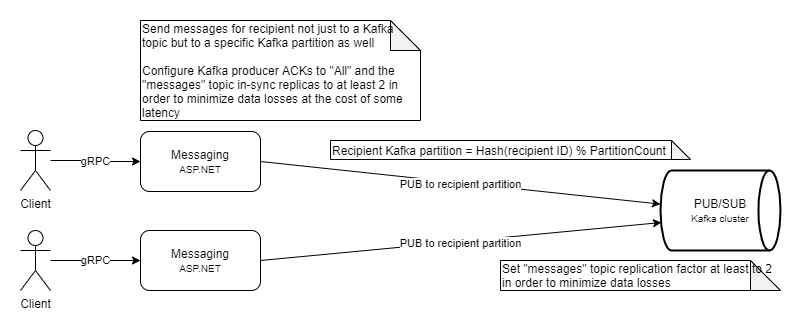
This is docs/images/cecochat-02-message-send.png from cvetomir-todorov/CecoChat, a draw.io export, as it was before one commit. Source tidied: cells renumbered, new cells last; positions are measured from the earlier drawing's top-left corner, leaving out a move shared by most shapes. Source of this version:
```xml
<mxGraphModel>
  <root>
    <mxCell id="0" />
    <mxCell id="1" parent="0" />
    <mxCell id="2" value="gRPC" style="edgeStyle=orthogonalEdgeStyle;rounded=0;jettySize=auto;html=1;entryX=0;entryY=0.5;entryDx=0;entryDy=0;startArrow=none;startFill=0;" parent="1" edge="1" source="3" target="7">
      <mxGeometry relative="1" as="geometry" />
    </mxCell>
    <mxCell id="3" value="Client" style="shape=umlActor;verticalLabelPosition=bottom;verticalAlign=top;html=1;outlineConnect=0;" parent="1" vertex="1">
      <mxGeometry y="110" width="30" height="60" as="geometry" />
    </mxCell>
    <mxCell id="4" value="gRPC" style="edgeStyle=orthogonalEdgeStyle;rounded=0;jettySize=auto;html=1;entryX=0;entryY=0.5;entryDx=0;entryDy=0;startArrow=none;startFill=0;" parent="1" edge="1" source="5" target="11">
      <mxGeometry relative="1" as="geometry" />
    </mxCell>
    <mxCell id="5" value="Client" style="shape=umlActor;verticalLabelPosition=bottom;verticalAlign=top;html=1;outlineConnect=0;" parent="1" vertex="1">
      <mxGeometry y="210" width="30" height="60" as="geometry" />
    </mxCell>
    <mxCell id="6" value="PUB to recipient partition" style="rounded=0;jettySize=auto;html=1;startArrow=none;startFill=0;exitX=1;exitY=0.5;exitDx=0;exitDy=0;" parent="1" edge="1" source="7" target="8">
      <mxGeometry y="-2" relative="1" as="geometry">
        <mxPoint x="-1" as="offset" />
      </mxGeometry>
    </mxCell>
    <mxCell id="7" value="&lt;font style=&quot;font-size: 12px&quot;&gt;Messaging&lt;/font&gt;&lt;br&gt;&lt;font style=&quot;font-size: 10px&quot;&gt;ASP.NET&lt;/font&gt;" style="rounded=1;whiteSpace=wrap;html=1;" parent="1" vertex="1">
      <mxGeometry x="120" y="111" width="120" height="60" as="geometry" />
    </mxCell>
    <mxCell id="8" value="PUB/SUB&lt;br&gt;&lt;font style=&quot;font-size: 10px&quot;&gt;Kafka cluster&lt;/font&gt;" style="strokeWidth=2;html=1;shape=mxgraph.flowchart.direct_data;whiteSpace=wrap;" parent="1" vertex="1">
      <mxGeometry x="640" y="150" width="120" height="80" as="geometry" />
    </mxCell>
    <mxCell id="9" value="Set &quot;messages&quot; topic replication factor at least to 2 in order to minimize data losses" style="shape=note;whiteSpace=wrap;html=1;backgroundOutline=1;darkOpacity=0.05;align=left;" parent="1" vertex="1">
      <mxGeometry x="480" y="240" width="280" height="30" as="geometry" />
    </mxCell>
    <mxCell id="10" value="Send messages for recipient not just to a Kafka topic but to a specific Kafka partition as well&lt;br&gt;&lt;br&gt;Configure Kafka producer ACKs to &quot;All&quot; and the &quot;messages&quot; topic in-sync replicas to at least 2 in order to minimize data losses at the cost of some latency" style="shape=note;whiteSpace=wrap;html=1;backgroundOutline=1;darkOpacity=0.05;align=left;" parent="1" vertex="1">
      <mxGeometry x="120" width="280" height="100" as="geometry" />
    </mxCell>
    <mxCell id="11" value="&lt;font style=&quot;font-size: 12px&quot;&gt;Messaging&lt;/font&gt;&lt;br&gt;&lt;font style=&quot;font-size: 10px&quot;&gt;ASP.NET&lt;/font&gt;" style="rounded=1;whiteSpace=wrap;html=1;" parent="1" vertex="1">
      <mxGeometry x="120" y="210" width="120" height="60" as="geometry" />
    </mxCell>
    <mxCell id="12" value="PUB to recipient partition" style="rounded=0;jettySize=auto;html=1;startArrow=none;startFill=0;exitX=1;exitY=0.5;exitDx=0;exitDy=0;entryX=0.008;entryY=0.65;entryDx=0;entryDy=0;entryPerimeter=0;" parent="1" edge="1" source="11" target="8">
      <mxGeometry y="-2" relative="1" as="geometry">
        <mxPoint x="-1" as="offset" />
      </mxGeometry>
    </mxCell>
    <mxCell id="13" value="Recipient Kafka partition = Hash(recipient ID) % PartitionCount" style="shape=note;whiteSpace=wrap;html=1;backgroundOutline=1;darkOpacity=0.05;align=left;" parent="1" vertex="1">
      <mxGeometry x="310" y="120" width="360" height="19" as="geometry" />
    </mxCell>
  </root>
</mxGraphModel>
```
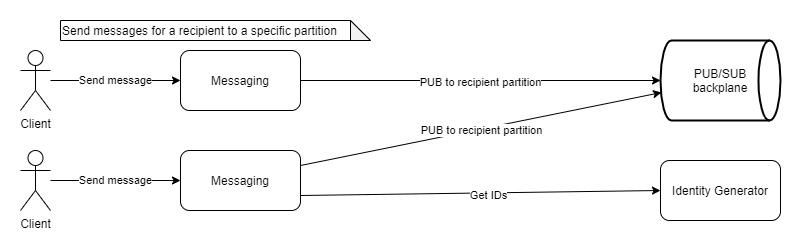
The same file after the commit.

Diff of the diagram source:
```diff
@@ -2,45 +2,45 @@
   <root>
     <mxCell id="0" />
     <mxCell id="1" parent="0" />
-    <mxCell id="2" value="gRPC" style="edgeStyle=orthogonalEdgeStyle;rounded=0;jettySize=auto;html=1;entryX=0;entryY=0.5;entryDx=0;entryDy=0;startArrow=none;startFill=0;" parent="1" edge="1" source="3" target="7">
+    <mxCell id="2" value="Send message" style="edgeStyle=orthogonalEdgeStyle;rounded=0;jettySize=auto;html=1;entryX=0;entryY=0.5;entryDx=0;entryDy=0;startArrow=none;startFill=0;" parent="1" edge="1" source="3" target="7">
       <mxGeometry relative="1" as="geometry" />
     </mxCell>
     <mxCell id="3" value="Client" style="shape=umlActor;verticalLabelPosition=bottom;verticalAlign=top;html=1;outlineConnect=0;" parent="1" vertex="1">
-      <mxGeometry y="110" width="30" height="60" as="geometry" />
+      <mxGeometry y="30" width="30" height="60" as="geometry" />
     </mxCell>
-    <mxCell id="4" value="gRPC" style="edgeStyle=orthogonalEdgeStyle;rounded=0;jettySize=auto;html=1;entryX=0;entryY=0.5;entryDx=0;entryDy=0;startArrow=none;startFill=0;" parent="1" edge="1" source="5" target="11">
+    <mxCell id="4" value="Send message" style="edgeStyle=orthogonalEdgeStyle;rounded=0;jettySize=auto;html=1;entryX=0;entryY=0.5;entryDx=0;entryDy=0;startArrow=none;startFill=0;" parent="1" edge="1" source="5" target="11">
       <mxGeometry relative="1" as="geometry" />
     </mxCell>
     <mxCell id="5" value="Client" style="shape=umlActor;verticalLabelPosition=bottom;verticalAlign=top;html=1;outlineConnect=0;" parent="1" vertex="1">
-      <mxGeometry y="210" width="30" height="60" as="geometry" />
+      <mxGeometry y="130" width="30" height="60" as="geometry" />
     </mxCell>
     <mxCell id="6" value="PUB to recipient partition" style="rounded=0;jettySize=auto;html=1;startArrow=none;startFill=0;exitX=1;exitY=0.5;exitDx=0;exitDy=0;" parent="1" edge="1" source="7" target="8">
       <mxGeometry y="-2" relative="1" as="geometry">
         <mxPoint x="-1" as="offset" />
       </mxGeometry>
     </mxCell>
-    <mxCell id="7" value="&lt;font style=&quot;font-size: 12px&quot;&gt;Messaging&lt;/font&gt;&lt;br&gt;&lt;font style=&quot;font-size: 10px&quot;&gt;ASP.NET&lt;/font&gt;" style="rounded=1;whiteSpace=wrap;html=1;" parent="1" vertex="1">
-      <mxGeometry x="120" y="111" width="120" height="60" as="geometry" />
+    <mxCell id="7" value="&lt;font style=&quot;font-size: 12px&quot;&gt;Messaging&lt;/font&gt;" style="rounded=1;whiteSpace=wrap;html=1;" parent="1" vertex="1">
+      <mxGeometry x="160" y="30" width="120" height="60" as="geometry" />
     </mxCell>
-    <mxCell id="8" value="PUB/SUB&lt;br&gt;&lt;font style=&quot;font-size: 10px&quot;&gt;Kafka cluster&lt;/font&gt;" style="strokeWidth=2;html=1;shape=mxgraph.flowchart.direct_data;whiteSpace=wrap;" parent="1" vertex="1">
-      <mxGeometry x="640" y="150" width="120" height="80" as="geometry" />
+    <mxCell id="8" value="PUB/SUB&lt;br&gt;backplane" style="strokeWidth=2;html=1;shape=mxgraph.flowchart.direct_data;whiteSpace=wrap;" parent="1" vertex="1">
+      <mxGeometry x="640" y="20" width="120" height="80" as="geometry" />
     </mxCell>
-    <mxCell id="9" value="Set &quot;messages&quot; topic replication factor at least to 2 in order to minimize data losses" style="shape=note;whiteSpace=wrap;html=1;backgroundOutline=1;darkOpacity=0.05;align=left;" parent="1" vertex="1">
-      <mxGeometry x="480" y="240" width="280" height="30" as="geometry" />
-    </mxCell>
-    <mxCell id="10" value="Send messages for recipient not just to a Kafka topic but to a specific Kafka partition as well&lt;br&gt;&lt;br&gt;Configure Kafka producer ACKs to &quot;All&quot; and the &quot;messages&quot; topic in-sync replicas to at least 2 in order to minimize data losses at the cost of some latency" style="shape=note;whiteSpace=wrap;html=1;backgroundOutline=1;darkOpacity=0.05;align=left;" parent="1" vertex="1">
-      <mxGeometry x="120" width="280" height="100" as="geometry" />
+    <mxCell id="10" value="Send messages for a recipient to a specific partition" style="shape=note;whiteSpace=wrap;html=1;backgroundOutline=1;darkOpacity=0.05;align=left;" parent="1" vertex="1">
+      <mxGeometry x="40" width="310" height="20" as="geometry" />
     </mxCell>
-    <mxCell id="11" value="&lt;font style=&quot;font-size: 12px&quot;&gt;Messaging&lt;/font&gt;&lt;br&gt;&lt;font style=&quot;font-size: 10px&quot;&gt;ASP.NET&lt;/font&gt;" style="rounded=1;whiteSpace=wrap;html=1;" parent="1" vertex="1">
-      <mxGeometry x="120" y="210" width="120" height="60" as="geometry" />
+    <mxCell id="11" value="&lt;font style=&quot;font-size: 12px&quot;&gt;Messaging&lt;/font&gt;" style="rounded=1;whiteSpace=wrap;html=1;" parent="1" vertex="1">
+      <mxGeometry x="160" y="130" width="120" height="60" as="geometry" />
     </mxCell>
-    <mxCell id="12" value="PUB to recipient partition" style="rounded=0;jettySize=auto;html=1;startArrow=none;startFill=0;exitX=1;exitY=0.5;exitDx=0;exitDy=0;entryX=0.008;entryY=0.65;entryDx=0;entryDy=0;entryPerimeter=0;" parent="1" edge="1" source="11" target="8">
+    <mxCell id="12" value="PUB to recipient partition" style="rounded=0;jettySize=auto;html=1;startArrow=none;startFill=0;exitX=1;exitY=0.25;exitDx=0;exitDy=0;entryX=0.008;entryY=0.65;entryDx=0;entryDy=0;entryPerimeter=0;" parent="1" edge="1" source="11" target="8">
       <mxGeometry y="-2" relative="1" as="geometry">
         <mxPoint x="-1" as="offset" />
       </mxGeometry>
     </mxCell>
-    <mxCell id="13" value="Recipient Kafka partition = Hash(recipient ID) % PartitionCount" style="shape=note;whiteSpace=wrap;html=1;backgroundOutline=1;darkOpacity=0.05;align=left;" parent="1" vertex="1">
-      <mxGeometry x="310" y="120" width="360" height="19" as="geometry" />
-    </mxCell>
+    <mxCell id="14" value="&lt;font style=&quot;font-size: 12px&quot;&gt;Identity Generator&lt;/font&gt;" style="rounded=1;whiteSpace=wrap;html=1;" parent="1" vertex="1">
+      <mxGeometry x="640" y="140" width="120" height="60" as="geometry" />
+    </mxCell>
+    <mxCell id="15" value="Get IDs" style="endArrow=classic;html=1;entryX=0;entryY=0.5;entryDx=0;entryDy=0;exitX=1;exitY=0.75;exitDx=0;exitDy=0;" parent="1" edge="1" source="11" target="14">
+      <mxGeometry x="0.04" y="-3" relative="1" as="geometry" />
+    </mxCell>
   </root>
 </mxGraphModel>
```
